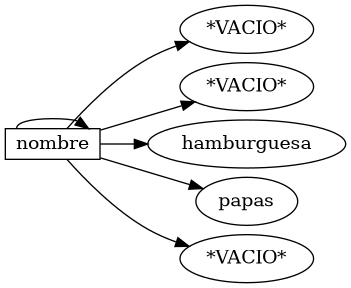
Before: Docs/Grafico.png, a diagram exported from Graphviz (Fxhnd13/EstructuraDeDatos_Proyecto_2). Its source is kept beside it as Docs/Grafico.dot.
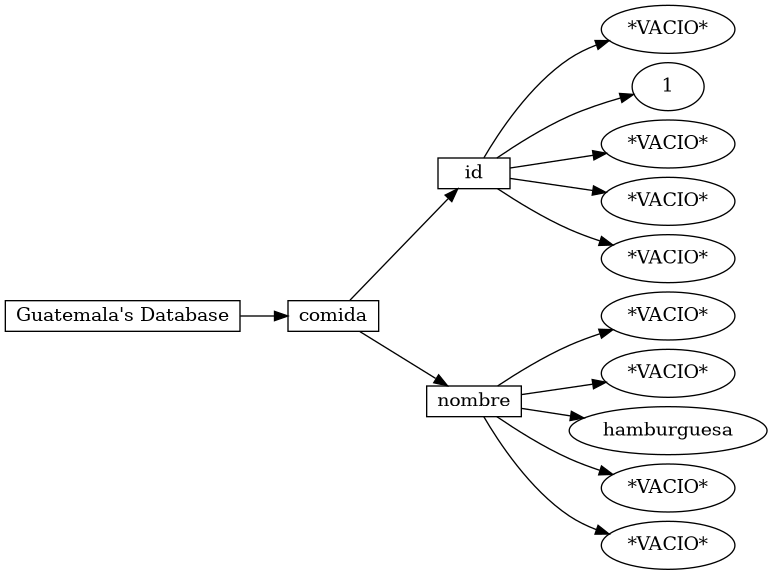
The same diagram one commit later.

Diff of the diagram source:
```diff
@@ -1,16 +1,31 @@
 digraph G {
      nodesep=.1;
      rankdir=LR;
-     node0 -> node0;
-     node0 [label="nombre", shape=record, height=.1];
+     node0 [label="Guatemala's Database", shape=record, height=.1];
      node0 -> node1;
-     node1 [label="*VACIO*"];
-     node0 -> node2;
-     node2 [label="*VACIO*"];
-     node0 -> node3;
-     node3 [label="hamburguesa"];
-     node0 -> node4;
-     node4 [label="papas"];
-     node0 -> node5;
+     node1 [label="comida", shape=record, height=.1];
+     node1 -> node2;
+     node2 [label="id", shape=record, height=.1];
+     node2 -> node3;
+     node3 [label="*VACIO*"];
+     node2 -> node4;
+     node4 [label="1"];
+     node2 -> node5;
      node5 [label="*VACIO*"];
+     node2 -> node6;
+     node6 [label="*VACIO*"];
+     node2 -> node7;
+     node7 [label="*VACIO*"];
+     node1 -> node8;
+     node8 [label="nombre", shape=record, height=.1];
+     node8 -> node9;
+     node9 [label="*VACIO*"];
+     node8 -> node10;
+     node10 [label="*VACIO*"];
+     node8 -> node11;
+     node11 [label="hamburguesa"];
+     node8 -> node12;
+     node12 [label="*VACIO*"];
+     node8 -> node13;
+     node13 [label="*VACIO*"];
 }
```
